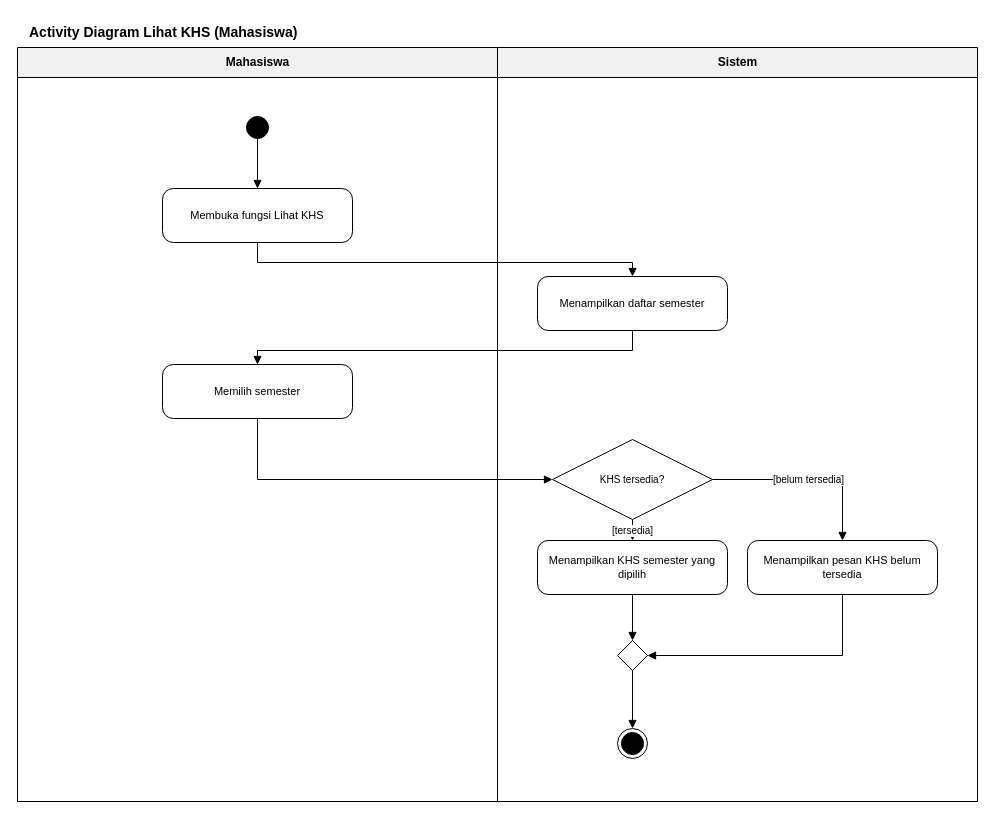
This is 04_Model_Analisis/P06/SIA/P06_2406072_SIA_activity_lihat_khs_v01.drawio from nabilmuhammadramadhan/IFRWP5149_2406072_LabAlat, a draw.io file, before an edit. Source tidied: cells renumbered, new cells numbered last; positions are measured from the earlier drawing's top-left corner, leaving out a move shared by most shapes. Both pictures are drawn from the tidied source at 100%, with x=0, y=0 at pixel (17, 17).
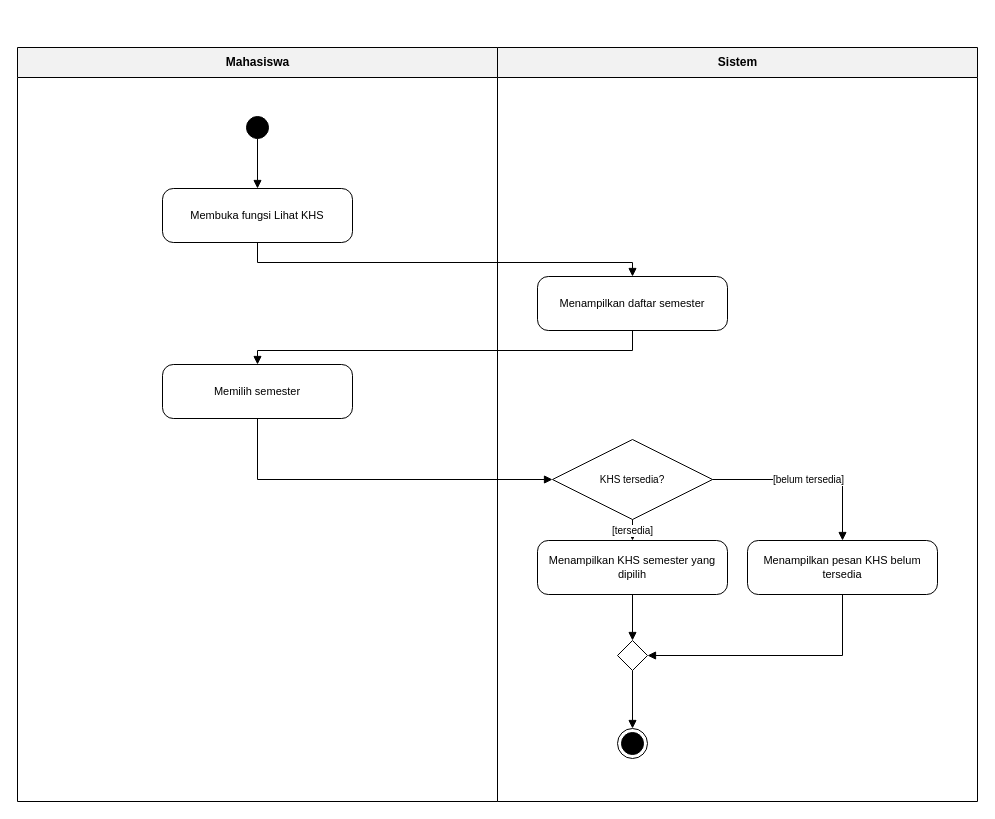
The same page after the edit.

What changed in the source:
```diff
@@
-    <mxCell id="2" value="Activity Diagram Lihat KHS (Mahasiswa)" style="text;html=1;align=left;fontStyle=1;fontSize=14;" parent="1" vertex="1">
-      <mxGeometry x="10" width="600" height="26" as="geometry" />
-    </mxCell>
```
